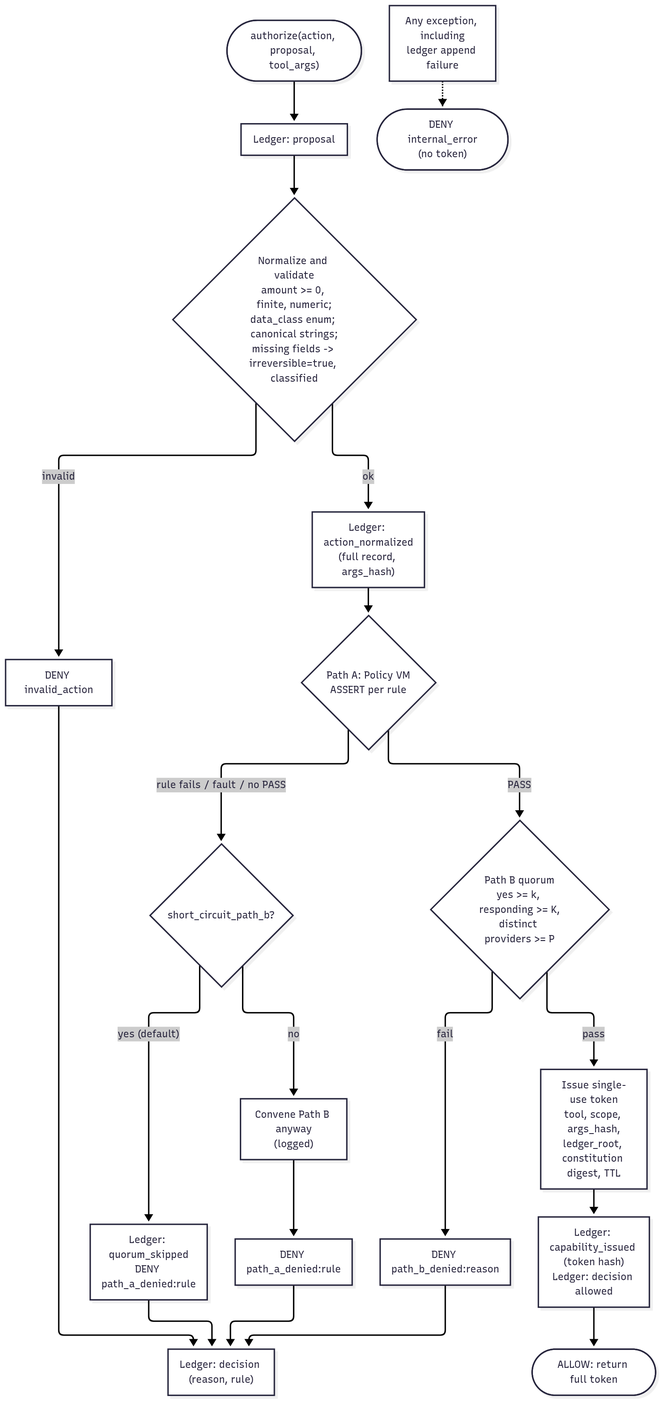
Above: docs/figures/authorize_flow.png in Insomniac-VibeLabs/two-key (Mermaid), before the change. Its source is kept beside it as docs/figures/authorize_flow.mmd.
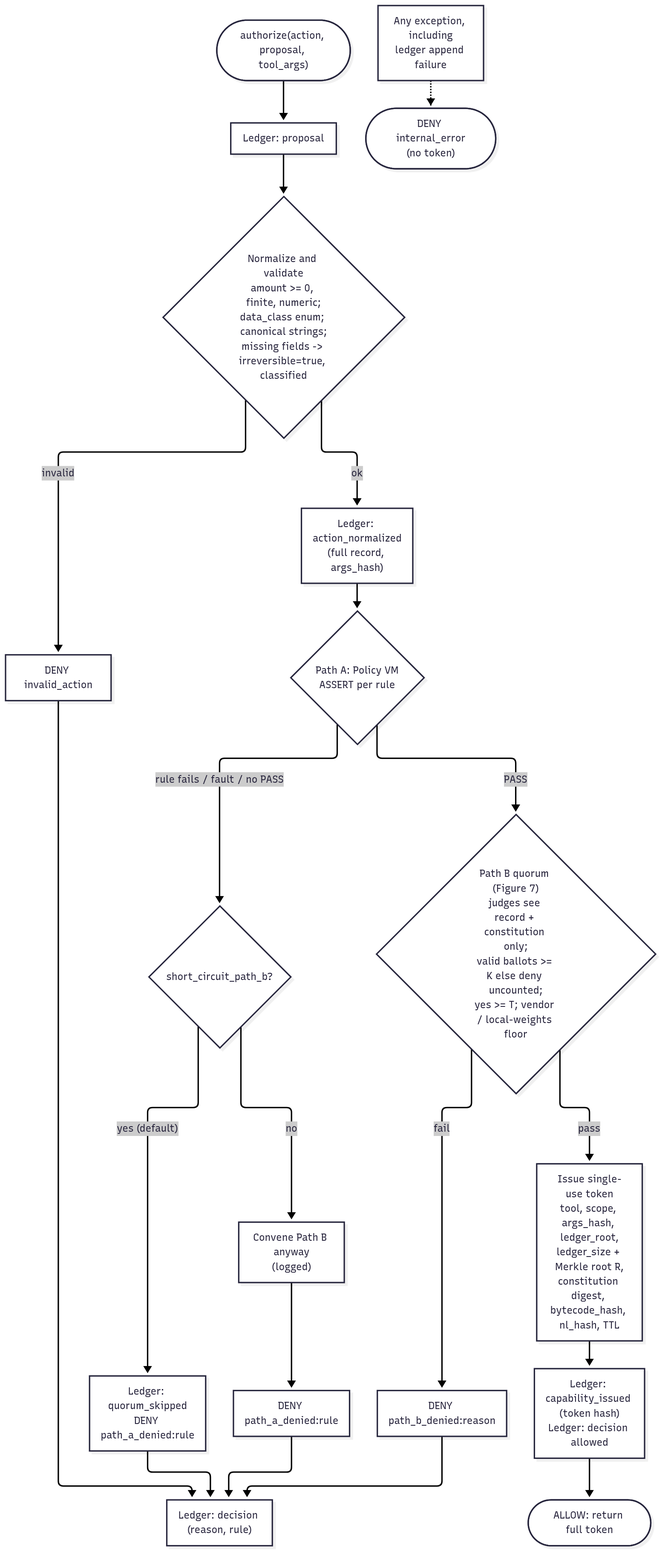
After the commit.

Diff of the diagram source:
```diff
@@ -7,9 +7,9 @@
   VM -- "rule fails / fault / no PASS" --> SC{"short_circuit_path_b?"}
   SC -- "yes (default)" --> D2["Ledger: quorum_skipped<br/>DENY path_a_denied:rule"]
   SC -- no --> QB["Convene Path B anyway<br/>(logged)"] --> D2b["DENY path_a_denied:rule"]
-  VM -- PASS --> Q{"Path B quorum<br/>yes >= k, responding >= K,<br/>distinct providers >= P"}
+  VM -- PASS --> Q{"Path B quorum (Figure 7)<br/>judges see record + constitution only;<br/>valid ballots >= K else deny uncounted;<br/>yes >= T; vendor / local-weights floor"}
   Q -- fail --> D3["DENY path_b_denied:reason"]
-  Q -- pass --> T["Issue single-use token<br/>tool, scope, args_hash,<br/>ledger_root, constitution digest, TTL"]
+  Q -- pass --> T["Issue single-use token<br/>tool, scope, args_hash, ledger_root,<br/>ledger_size + Merkle root R,<br/>constitution digest, bytecode_hash, nl_hash, TTL"]
   T --> L2["Ledger: capability_issued (token hash)<br/>Ledger: decision allowed"]
   L2 --> OK(["ALLOW: return full token"])
   D1 --> LD["Ledger: decision (reason, rule)"]
```
